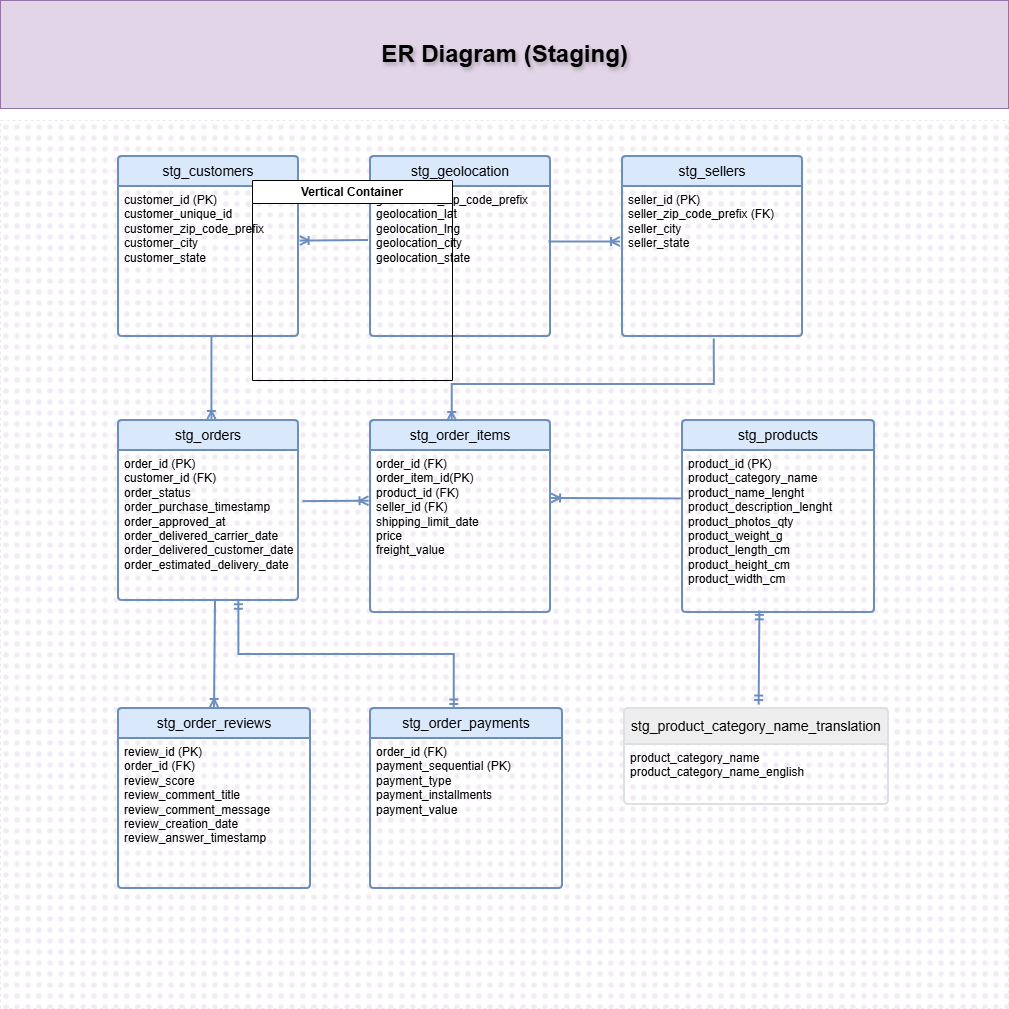
Before: diagrams/ER Diagram.png, a diagram exported from draw.io (Thiraporn/olist_e_commerce). Source tidied: cells renumbered, new cells last; positions are measured from the earlier drawing's top-left corner, leaving out a move shared by most shapes. Its diagram source:
```xml
<mxGraphModel>
  <root>
    <mxCell id="0" />
    <mxCell id="1" parent="0" />
    <mxCell id="2" style="text;fillColor=light-dark(#f1ebf4, #392f3f);strokeColor=light-dark(#ece8ee, #9577a3);align=center;fontStyle=1;verticalAlign=middle;fontSize=24;fontColor=default;labelBackgroundColor=none;labelBorderColor=none;textShadow=1;html=1;convertToSvg=0;dashed=1;fillStyle=dots;" parent="1" vertex="1">
      <mxGeometry y="120" width="1008" height="888" as="geometry" />
    </mxCell>
    <mxCell id="3" value="stg_orders" style="swimlane;horizontal=1;startSize=30;rounded=1;fontSize=14;fontStyle=0;strokeWidth=2;shadow=0;dashed=0;align=center;arcSize=4;whiteSpace=wrap;html=1;fillColor=#dae8fc;strokeColor=#6c8ebf;" parent="1" vertex="1">
      <mxGeometry x="118" y="420" width="180" height="180" as="geometry" />
    </mxCell>
    <mxCell id="4" value="order_id (PK)&amp;nbsp;&lt;div&gt;customer_id&lt;span style=&quot;background-color: transparent; color: light-dark(rgb(0, 0, 0), rgb(255, 255, 255));&quot;&gt;&amp;nbsp;&lt;/span&gt;&lt;span style=&quot;background-color: transparent; color: light-dark(rgb(0, 0, 0), rgb(255, 255, 255));&quot;&gt;(FK)&lt;/span&gt;&lt;/div&gt;&lt;div&gt;order_status&lt;/div&gt;&lt;div&gt;order_purchase_timestamp&lt;/div&gt;&lt;div&gt;order_approved_at&lt;/div&gt;&lt;div&gt;order_delivered_carrier_date&lt;/div&gt;&lt;div&gt;order_delivered_customer_date&lt;/div&gt;&lt;div&gt;order_estimated_delivery_date&lt;/div&gt;&lt;div&gt;&lt;br&gt;&lt;/div&gt;" style="align=left;strokeColor=none;fillColor=none;spacingLeft=4;spacingRight=4;fontSize=12;verticalAlign=top;html=1;whiteSpace=wrap;" parent="3" vertex="1">
      <mxGeometry y="30" width="180" height="150" as="geometry" />
    </mxCell>
    <mxCell id="5" value="ER Diagram (Staging)" style="text;fillColor=#e1d5e7;strokeColor=#9673a6;align=center;fontStyle=1;verticalAlign=middle;fontSize=24;fontColor=default;labelBackgroundColor=none;labelBorderColor=none;textShadow=1;html=1;convertToSvg=0;" parent="1" vertex="1">
      <mxGeometry width="1008" height="108" as="geometry" />
    </mxCell>
    <mxCell id="6" value="stg_customers" style="swimlane;horizontal=1;startSize=30;rounded=1;fontSize=14;fontStyle=0;strokeWidth=2;shadow=0;dashed=0;align=center;arcSize=4;whiteSpace=wrap;html=1;fillColor=#dae8fc;strokeColor=#6c8ebf;" parent="1" vertex="1">
      <mxGeometry x="118" y="156" width="180" height="180" as="geometry" />
    </mxCell>
    <mxCell id="7" value="&lt;div&gt;&lt;div&gt;customer_id&amp;nbsp;&lt;span style=&quot;background-color: transparent; color: light-dark(rgb(0, 0, 0), rgb(255, 255, 255));&quot;&gt;(PK)&lt;/span&gt;&lt;/div&gt;&lt;div&gt;customer_unique_id&lt;/div&gt;&lt;div&gt;customer_zip_code_prefix&lt;/div&gt;&lt;div&gt;customer_city&lt;/div&gt;&lt;div&gt;customer_state&lt;/div&gt;&lt;/div&gt;&lt;div&gt;&lt;br&gt;&lt;/div&gt;&lt;div&gt;&lt;br&gt;&lt;/div&gt;" style="align=left;strokeColor=none;fillColor=none;spacingLeft=4;spacingRight=4;fontSize=12;verticalAlign=top;html=1;whiteSpace=wrap;" parent="6" vertex="1">
      <mxGeometry y="30" width="180" height="150" as="geometry" />
    </mxCell>
    <mxCell id="8" value="stg_order_items" style="swimlane;horizontal=1;startSize=30;rounded=1;fontSize=14;fontStyle=0;strokeWidth=2;shadow=0;dashed=0;align=center;arcSize=4;whiteSpace=wrap;html=1;fillColor=#dae8fc;strokeColor=#6c8ebf;" parent="1" vertex="1">
      <mxGeometry x="370" y="420" width="180" height="192" as="geometry" />
    </mxCell>
    <mxCell id="9" value="&lt;div&gt;&lt;div&gt;order_id&lt;span style=&quot;background-color: transparent; color: light-dark(rgb(0, 0, 0), rgb(255, 255, 255));&quot;&gt;&amp;nbsp;&lt;/span&gt;&lt;span style=&quot;background-color: transparent; color: light-dark(rgb(0, 0, 0), rgb(255, 255, 255));&quot;&gt;(FK)&lt;/span&gt;&lt;/div&gt;&lt;div&gt;&lt;div&gt;order_item_id(PK)&lt;/div&gt;&lt;div&gt;product_id&lt;span style=&quot;background-color: transparent; color: light-dark(rgb(0, 0, 0), rgb(255, 255, 255));&quot;&gt;&amp;nbsp;&lt;/span&gt;&lt;span style=&quot;background-color: transparent; color: light-dark(rgb(0, 0, 0), rgb(255, 255, 255));&quot;&gt;(FK)&lt;/span&gt;&lt;/div&gt;&lt;div&gt;seller_id&lt;span style=&quot;background-color: transparent; color: light-dark(rgb(0, 0, 0), rgb(255, 255, 255));&quot;&gt;&amp;nbsp;&lt;/span&gt;&lt;span style=&quot;background-color: transparent; color: light-dark(rgb(0, 0, 0), rgb(255, 255, 255));&quot;&gt;(FK)&lt;/span&gt;&lt;/div&gt;&lt;div&gt;shipping_limit_date&lt;/div&gt;&lt;div&gt;price&lt;/div&gt;&lt;div&gt;freight_value&lt;/div&gt;&lt;/div&gt;&lt;/div&gt;&lt;div&gt;&lt;br&gt;&lt;/div&gt;&lt;div&gt;&lt;br&gt;&lt;/div&gt;" style="align=left;strokeColor=none;fillColor=none;spacingLeft=4;spacingRight=4;fontSize=12;verticalAlign=top;html=1;whiteSpace=wrap;" parent="8" vertex="1">
      <mxGeometry y="30" width="180" height="162" as="geometry" />
    </mxCell>
    <mxCell id="10" value="stg_products" style="swimlane;horizontal=1;startSize=30;rounded=1;fontSize=14;fontStyle=0;strokeWidth=2;shadow=0;dashed=0;align=center;arcSize=4;whiteSpace=wrap;html=1;fillColor=#dae8fc;strokeColor=#6c8ebf;" parent="1" vertex="1">
      <mxGeometry x="682" y="420" width="192" height="192" as="geometry" />
    </mxCell>
    <mxCell id="11" value="&lt;div&gt;&lt;div&gt;product_id (PK)&lt;/div&gt;&lt;div&gt;&lt;div&gt;product_category_name&lt;/div&gt;&lt;div&gt;product_name_lenght&lt;/div&gt;&lt;div&gt;product_description_lenght&lt;/div&gt;&lt;div&gt;product_photos_qty&lt;/div&gt;&lt;div&gt;product_weight_g&lt;/div&gt;&lt;div&gt;product_length_cm&lt;/div&gt;&lt;div&gt;product_height_cm&lt;/div&gt;&lt;div&gt;product_width_cm&lt;/div&gt;&lt;/div&gt;&lt;/div&gt;&lt;div&gt;&lt;br&gt;&lt;/div&gt;&lt;div&gt;&lt;br&gt;&lt;/div&gt;&lt;div&gt;&lt;br&gt;&lt;/div&gt;" style="align=left;strokeColor=none;fillColor=none;spacingLeft=4;spacingRight=4;fontSize=12;verticalAlign=top;html=1;whiteSpace=wrap;" parent="10" vertex="1">
      <mxGeometry y="30" width="192" height="162" as="geometry" />
    </mxCell>
    <mxCell id="12" value="stg_sellers" style="swimlane;horizontal=1;startSize=30;rounded=1;fontSize=14;fontStyle=0;strokeWidth=2;shadow=0;dashed=0;align=center;arcSize=4;whiteSpace=wrap;html=1;fillColor=#dae8fc;strokeColor=#6c8ebf;" parent="1" vertex="1">
      <mxGeometry x="622" y="156" width="180" height="180" as="geometry" />
    </mxCell>
    <mxCell id="13" value="&lt;div&gt;&lt;span style=&quot;background-color: transparent; color: light-dark(rgb(0, 0, 0), rgb(255, 255, 255));&quot;&gt;seller_id&amp;nbsp;&lt;/span&gt;&lt;span style=&quot;background-color: transparent; color: light-dark(rgb(0, 0, 0), rgb(255, 255, 255));&quot;&gt;(PK)&lt;/span&gt;&lt;/div&gt;&lt;div&gt;&lt;div&gt;seller_zip_code_prefix&lt;span style=&quot;background-color: transparent; color: light-dark(rgb(0, 0, 0), rgb(255, 255, 255));&quot;&gt;&amp;nbsp;&lt;/span&gt;&lt;span style=&quot;background-color: transparent; color: light-dark(rgb(0, 0, 0), rgb(255, 255, 255));&quot;&gt;(FK)&lt;/span&gt;&lt;/div&gt;&lt;div&gt;seller_city&lt;/div&gt;&lt;div&gt;seller_state&lt;/div&gt;&lt;/div&gt;&lt;div&gt;&lt;br&gt;&lt;/div&gt;" style="align=left;strokeColor=none;fillColor=none;spacingLeft=4;spacingRight=4;fontSize=12;verticalAlign=top;html=1;whiteSpace=wrap;" parent="12" vertex="1">
      <mxGeometry y="30" width="180" height="150" as="geometry" />
    </mxCell>
    <mxCell id="14" value="stg_order_reviews" style="swimlane;horizontal=1;startSize=30;rounded=1;fontSize=14;fontStyle=0;strokeWidth=2;shadow=0;dashed=0;align=center;arcSize=4;whiteSpace=wrap;html=1;fillColor=#dae8fc;strokeColor=#6c8ebf;" parent="1" vertex="1">
      <mxGeometry x="118" y="708" width="192" height="180" as="geometry" />
    </mxCell>
    <mxCell id="15" value="&lt;div&gt;&lt;div&gt;&lt;div&gt;&lt;div&gt;&lt;div&gt;&lt;span style=&quot;background-color: transparent; color: light-dark(rgb(0, 0, 0), rgb(255, 255, 255));&quot;&gt;review_id&amp;nbsp;&lt;/span&gt;&lt;span style=&quot;background-color: transparent; color: light-dark(rgb(0, 0, 0), rgb(255, 255, 255));&quot;&gt;(PK)&lt;/span&gt;&lt;/div&gt;&lt;div&gt;&lt;div&gt;order_id&amp;nbsp;&lt;span style=&quot;background-color: transparent; color: light-dark(rgb(0, 0, 0), rgb(255, 255, 255));&quot;&gt;(FK)&lt;/span&gt;&lt;/div&gt;&lt;div&gt;review_score&lt;/div&gt;&lt;div&gt;review_comment_title&lt;/div&gt;&lt;div&gt;review_comment_message&lt;/div&gt;&lt;div&gt;review_creation_date&lt;/div&gt;&lt;div&gt;review_answer_timestamp&lt;/div&gt;&lt;/div&gt;&lt;/div&gt;&lt;div&gt;&lt;br&gt;&lt;/div&gt;&lt;div&gt;&lt;br&gt;&lt;/div&gt;&lt;/div&gt;&lt;/div&gt;&lt;/div&gt;" style="align=left;strokeColor=none;fillColor=none;spacingLeft=4;spacingRight=4;fontSize=12;verticalAlign=top;html=1;whiteSpace=wrap;" parent="14" vertex="1">
      <mxGeometry y="30" width="192" height="150" as="geometry" />
    </mxCell>
    <mxCell id="16" style="fontSize=12;html=1;endArrow=ERoneToMany;rounded=0;exitX=0.519;exitY=1.006;exitDx=0;exitDy=0;exitPerimeter=0;entryX=0.519;entryY=0;entryDx=0;entryDy=0;entryPerimeter=0;fillColor=#dae8fc;strokeColor=#6c8ebf;strokeWidth=2;" parent="1" edge="1" source="7" target="3">
      <mxGeometry relative="1" as="geometry" />
    </mxCell>
    <mxCell id="17" style="fontSize=12;html=1;endArrow=ERoneToMany;rounded=0;fillColor=#dae8fc;strokeColor=#6c8ebf;strokeWidth=2;exitX=1.025;exitY=0.341;exitDx=0;exitDy=0;exitPerimeter=0;entryX=-0.008;entryY=0.313;entryDx=0;entryDy=0;entryPerimeter=0;" parent="1" edge="1" source="4" target="9">
      <mxGeometry relative="1" as="geometry" />
    </mxCell>
    <mxCell id="18" style="fontSize=12;html=1;endArrow=ERoneToMany;rounded=0;fillColor=#dae8fc;strokeColor=#6c8ebf;strokeWidth=2;exitX=-0.006;exitY=0.299;exitDx=0;exitDy=0;exitPerimeter=0;entryX=1.006;entryY=0.296;entryDx=0;entryDy=0;entryPerimeter=0;" parent="1" edge="1" source="11" target="9">
      <mxGeometry relative="1" as="geometry" />
    </mxCell>
    <mxCell id="19" style="fontSize=12;html=1;endArrow=ERmandOne;startArrow=ERmandOne;rounded=0;fillColor=#dae8fc;strokeColor=#6c8ebf;strokeWidth=2;entryX=0.669;entryY=0.998;entryDx=0;entryDy=0;entryPerimeter=0;edgeStyle=orthogonalEdgeStyle;exitX=0.436;exitY=0.003;exitDx=0;exitDy=0;exitPerimeter=0;" parent="1" edge="1" source="22" target="4">
      <mxGeometry relative="1" as="geometry" />
    </mxCell>
    <mxCell id="20" value="stg_geolocation" style="swimlane;horizontal=1;startSize=30;rounded=1;fontSize=14;fontStyle=0;strokeWidth=2;shadow=0;dashed=0;align=center;arcSize=4;whiteSpace=wrap;html=1;fillColor=#dae8fc;strokeColor=#6c8ebf;" parent="1" vertex="1">
      <mxGeometry x="370" y="156" width="180" height="180" as="geometry" />
    </mxCell>
    <mxCell id="21" value="&lt;div&gt;&lt;div&gt;geolocation_zip_code_prefix&lt;/div&gt;&lt;div&gt;geolocation_lat&lt;/div&gt;&lt;div&gt;geolocation_lng&lt;/div&gt;&lt;div&gt;geolocation_city&lt;/div&gt;&lt;div&gt;geolocation_state&lt;/div&gt;&lt;/div&gt;&lt;div&gt;&lt;br&gt;&lt;/div&gt;&lt;div&gt;&lt;br&gt;&lt;/div&gt;" style="align=left;strokeColor=none;fillColor=none;spacingLeft=4;spacingRight=4;fontSize=12;verticalAlign=top;html=1;whiteSpace=wrap;" parent="20" vertex="1">
      <mxGeometry y="30" width="180" height="150" as="geometry" />
    </mxCell>
    <mxCell id="22" value="stg_order_payments" style="swimlane;horizontal=1;startSize=30;rounded=1;fontSize=14;fontStyle=0;strokeWidth=2;shadow=0;dashed=0;align=center;arcSize=4;whiteSpace=wrap;html=1;fillColor=#dae8fc;strokeColor=#6c8ebf;" parent="1" vertex="1">
      <mxGeometry x="370" y="708" width="192" height="180" as="geometry" />
    </mxCell>
    <mxCell id="23" value="&lt;div&gt;&lt;div&gt;order_id&lt;span style=&quot;background-color: transparent; color: light-dark(rgb(0, 0, 0), rgb(255, 255, 255));&quot;&gt;&amp;nbsp;&lt;/span&gt;&lt;span style=&quot;background-color: transparent; color: light-dark(rgb(0, 0, 0), rgb(255, 255, 255));&quot;&gt;(FK)&lt;/span&gt;&lt;/div&gt;&lt;div&gt;payment_sequential (PK)&lt;/div&gt;&lt;div&gt;payment_type&lt;/div&gt;&lt;div&gt;payment_installments&lt;/div&gt;&lt;div&gt;payment_value&lt;/div&gt;&lt;/div&gt;&lt;div&gt;&lt;br&gt;&lt;/div&gt;&lt;div&gt;&lt;br&gt;&lt;/div&gt;&lt;div&gt;&lt;br&gt;&lt;/div&gt;" style="align=left;strokeColor=none;fillColor=none;spacingLeft=4;spacingRight=4;fontSize=12;verticalAlign=top;html=1;whiteSpace=wrap;" parent="22" vertex="1">
      <mxGeometry y="30" width="192" height="150" as="geometry" />
    </mxCell>
    <mxCell id="24" style="fontSize=12;html=1;endArrow=ERmandOne;startArrow=ERmandOne;rounded=0;fillColor=#dae8fc;strokeColor=#6c8ebf;strokeWidth=2;entryX=0.403;entryY=0.99;entryDx=0;entryDy=0;entryPerimeter=0;exitX=0.51;exitY=-0.036;exitDx=0;exitDy=0;exitPerimeter=0;" parent="1" edge="1" source="27" target="11">
      <mxGeometry relative="1" as="geometry" />
    </mxCell>
    <mxCell id="25" style="fontSize=12;html=1;endArrow=ERoneToMany;rounded=0;fillColor=#dae8fc;strokeColor=#6c8ebf;strokeWidth=2;exitX=0.51;exitY=1.016;exitDx=0;exitDy=0;exitPerimeter=0;entryX=0.454;entryY=0.005;entryDx=0;entryDy=0;entryPerimeter=0;edgeStyle=orthogonalEdgeStyle;" parent="1" edge="1" source="13" target="8">
      <mxGeometry relative="1" as="geometry">
        <Array as="points">
          <mxPoint x="714" y="384" />
          <mxPoint x="452" y="384" />
        </Array>
      </mxGeometry>
    </mxCell>
    <mxCell id="26" style="fontSize=12;html=1;endArrow=ERoneToMany;rounded=0;fillColor=#dae8fc;strokeColor=#6c8ebf;strokeWidth=2;entryX=0.5;entryY=0;entryDx=0;entryDy=0;entryPerimeter=0;exitX=0.539;exitY=0.997;exitDx=0;exitDy=0;exitPerimeter=0;" parent="1" edge="1" source="4" target="14">
      <mxGeometry relative="1" as="geometry" />
    </mxCell>
    <mxCell id="27" value="stg_product_category&lt;span style=&quot;background-color: transparent; color: light-dark(rgb(0, 0, 0), rgb(255, 255, 255));&quot;&gt;_name_translation&lt;/span&gt;" style="swimlane;horizontal=1;startSize=36;rounded=1;fontSize=14;fontStyle=0;strokeWidth=2;shadow=0;dashed=0;align=center;arcSize=4;whiteSpace=wrap;html=1;fillColor=#eeeeee;strokeColor=light-dark(#dce0e5, #babdc0);" parent="1" vertex="1">
      <mxGeometry x="624" y="708" width="264" height="96" as="geometry" />
    </mxCell>
    <mxCell id="28" value="&lt;div&gt;&lt;div&gt;&lt;div&gt;product_category_name&lt;/div&gt;&lt;div&gt;product_category_name_english&lt;/div&gt;&lt;/div&gt;&lt;/div&gt;" style="align=left;strokeColor=none;fillColor=none;spacingLeft=4;spacingRight=4;fontSize=12;verticalAlign=top;html=1;whiteSpace=wrap;" parent="27" vertex="1">
      <mxGeometry y="36" width="264" height="60" as="geometry" />
    </mxCell>
    <mxCell id="29" style="fontSize=12;html=1;endArrow=ERoneToMany;rounded=0;entryX=1.009;entryY=0.364;entryDx=0;entryDy=0;entryPerimeter=0;fillColor=#dae8fc;strokeColor=#6c8ebf;strokeWidth=2;" parent="1" edge="1" target="7">
      <mxGeometry relative="1" as="geometry">
        <mxPoint x="368" y="240" as="sourcePoint" />
      </mxGeometry>
    </mxCell>
    <mxCell id="30" style="fontSize=12;html=1;endArrow=ERoneToMany;rounded=0;entryX=-0.011;entryY=0.37;entryDx=0;entryDy=0;entryPerimeter=0;fillColor=#dae8fc;strokeColor=#6c8ebf;strokeWidth=2;exitX=0.992;exitY=0.37;exitDx=0;exitDy=0;exitPerimeter=0;" parent="1" edge="1" source="21" target="13">
      <mxGeometry relative="1" as="geometry" />
    </mxCell>
    <mxCell id="31" value="Vertical Container" style="swimlane;whiteSpace=wrap;html=1;" parent="1" vertex="1">
      <mxGeometry x="252" y="180" width="200" height="200" as="geometry" />
    </mxCell>
  </root>
</mxGraphModel>
```
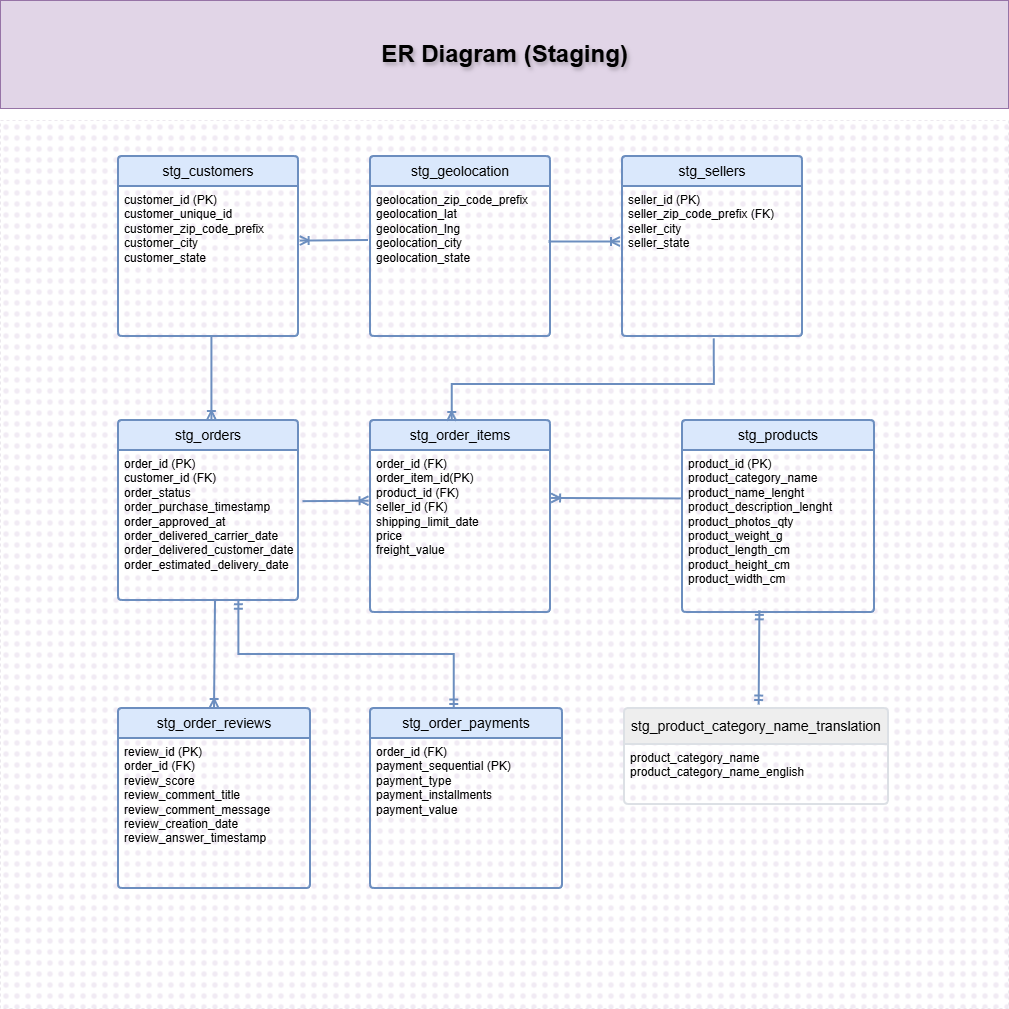
After the change.

The edit, as a diff of the source:
```diff
@@ -96,8 +96,5 @@
     <mxCell id="30" style="fontSize=12;html=1;endArrow=ERoneToMany;rounded=0;entryX=-0.011;entryY=0.37;entryDx=0;entryDy=0;entryPerimeter=0;fillColor=#dae8fc;strokeColor=#6c8ebf;strokeWidth=2;exitX=0.992;exitY=0.37;exitDx=0;exitDy=0;exitPerimeter=0;" parent="1" edge="1" source="21" target="13">
       <mxGeometry relative="1" as="geometry" />
     </mxCell>
-    <mxCell id="31" value="Vertical Container" style="swimlane;whiteSpace=wrap;html=1;" parent="1" vertex="1">
-      <mxGeometry x="252" y="180" width="200" height="200" as="geometry" />
-    </mxCell>
   </root>
 </mxGraphModel>
```
